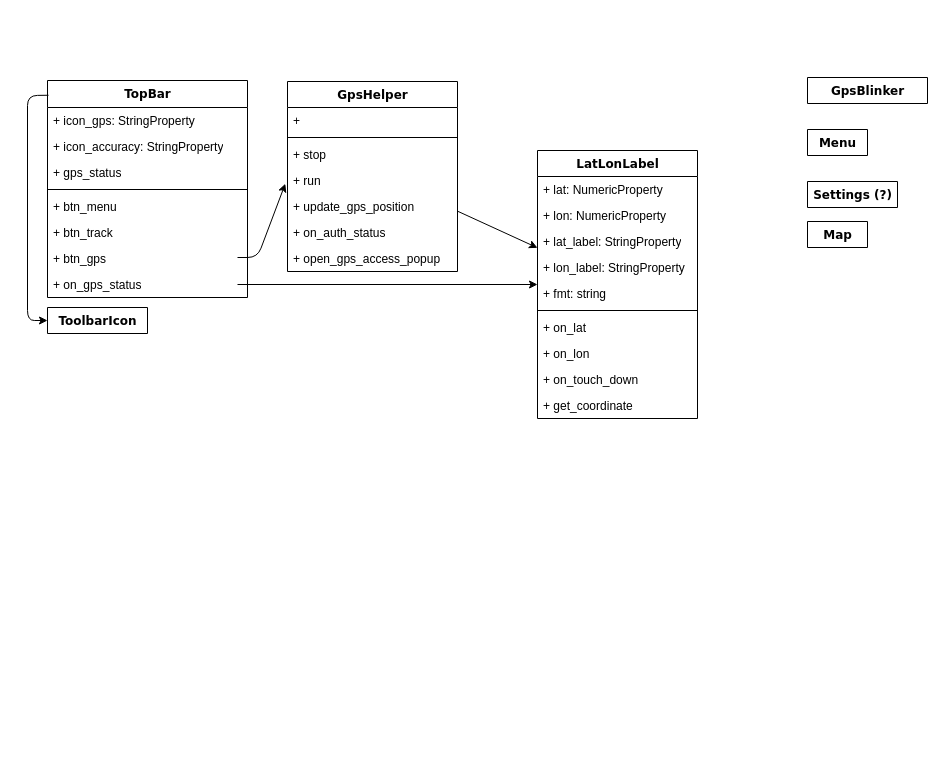
Above: page "code" (2 of 2) of resources/screen.drawio in osso73/gps_trackme (draw.io), before the change. Source tidied: cells renumbered, new cells numbered last; positions are measured from the earlier drawing's top-left corner, leaving out a move shared by most shapes. Both pictures are drawn from the tidied source at 100%, with x=0, y=0 at pixel (27, 77).
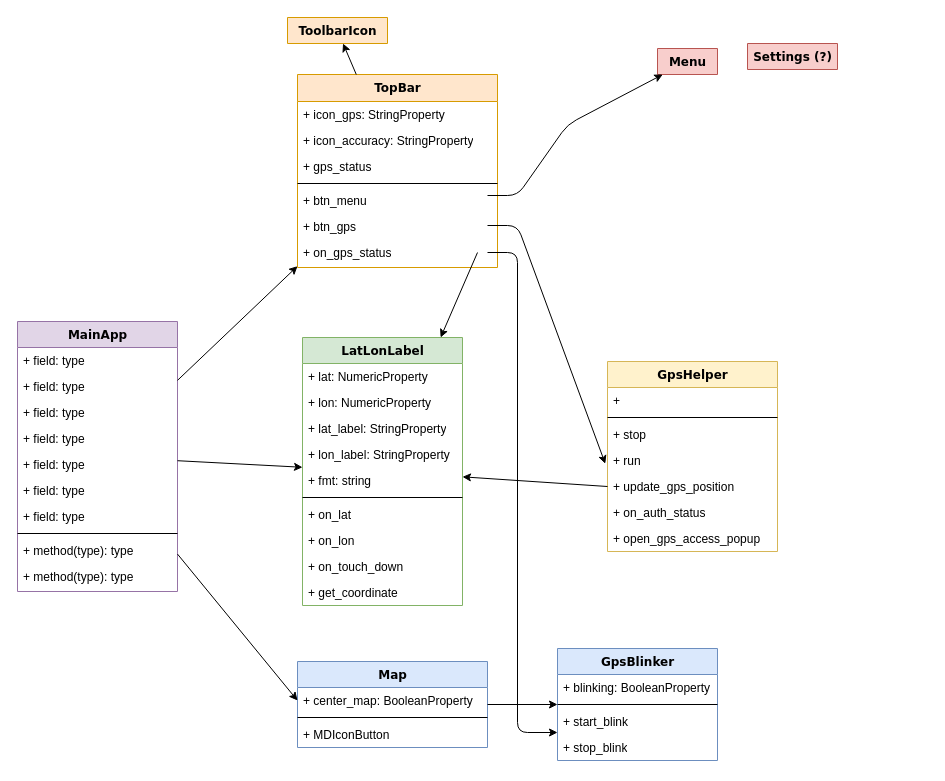
Above is the later version.

Unchanged cells that the change refers to:
```xml
<mxCell id="7" value="+ btn_menu" style="text;html=1;strokeColor=none;fillColor=none;align=left;verticalAlign=top;spacingLeft=4;spacingRight=4;whiteSpace=wrap;overflow=hidden;points=[[0,0.5],[1,0.5]];portConstraint=eastwest;" parent="2" vertex="1">
  <mxGeometry y="113" width="200" height="26" as="geometry" />
</mxCell>
<mxCell id="16" value="+ update_gps_position" style="text;html=1;strokeColor=none;fillColor=none;align=left;verticalAlign=top;spacingLeft=4;spacingRight=4;whiteSpace=wrap;overflow=hidden;points=[[0,0.5],[1,0.5]];portConstraint=eastwest;" parent="11" vertex="1">
  <mxGeometry y="112" width="170" height="26" as="geometry" />
</mxCell>
```

What changed in the source:
```diff
@@
-    <mxCell id="0" />
-    <mxCell id="1" parent="0" />
+    <mxCell id="39" />
+    <mxCell id="40" parent="39" />
-    <mxCell id="2" value="TopBar" style="swimlane;html=1;fontStyle=1;align=center;verticalAlign=top;horizontal=1;startSize=27;swimlaneFillColor=#ffffff;rounded=0;shadow=0;comic=0;labelBackgroundColor=none;strokeColor=#000000;strokeWidth=1;fillColor=none;fontFamily=Verdana;fontSize=12;fontColor=#000000;" parent="1" vertex="1">
-      <mxGeometry x="20" y="3" width="200" height="217" as="geometry" />
+    <mxCell id="2" value="TopBar" style="swimlane;html=1;fontStyle=1;align=center;verticalAlign=top;horizontal=1;startSize=27;swimlaneFillColor=#ffffff;rounded=0;shadow=0;comic=0;labelBackgroundColor=none;strokeColor=#d79b00;strokeWidth=1;fillColor=#ffe6cc;fontFamily=Verdana;fontSize=12;" parent="40" vertex="1">
+      <mxGeometry x="270" y="-3" width="200" height="193" as="geometry" />
     </mxCell>
@@
-    <mxCell id="8" value="+ btn_track" style="text;html=1;strokeColor=none;fillColor=none;align=left;verticalAlign=top;spacingLeft=4;spacingRight=4;whiteSpace=wrap;overflow=hidden;" parent="2" vertex="1">
-      <mxGeometry y="139" width="200" height="26" as="geometry" />
-    </mxCell>
     <mxCell id="9" value="+ btn_gps" style="text;html=1;strokeColor=none;fillColor=none;align=left;verticalAlign=top;spacingLeft=4;spacingRight=4;whiteSpace=wrap;overflow=hidden;points=[[0,0.5],[1,0.5]];portConstraint=eastwest;" parent="2" vertex="1">
-      <mxGeometry y="165" width="200" height="26" as="geometry" />
+      <mxGeometry y="139" width="200" height="26" as="geometry" />
     </mxCell>
     <mxCell id="10" value="+ on_gps_status" style="text;html=1;strokeColor=none;fillColor=none;align=left;verticalAlign=top;spacingLeft=4;spacingRight=4;whiteSpace=wrap;overflow=hidden;points=[[0,0.5],[1,0.5]];portConstraint=eastwest;" parent="2" vertex="1">
-      <mxGeometry y="191" width="200" height="26" as="geometry" />
+      <mxGeometry y="165" width="200" height="26" as="geometry" />
     </mxCell>
-    <mxCell id="11" value="GpsHelper" style="swimlane;html=1;fontStyle=1;align=center;verticalAlign=top;horizontal=1;startSize=26;swimlaneFillColor=#ffffff;rounded=0;shadow=0;comic=0;labelBackgroundColor=none;strokeColor=#000000;strokeWidth=1;fillColor=none;fontFamily=Verdana;fontSize=12;fontColor=#000000;" parent="1" vertex="1">
-      <mxGeometry x="260" y="4" width="170" height="190" as="geometry" />
+    <mxCell id="11" value="GpsHelper" style="swimlane;html=1;fontStyle=1;align=center;verticalAlign=top;horizontal=1;startSize=26;swimlaneFillColor=#ffffff;rounded=0;shadow=0;comic=0;labelBackgroundColor=none;strokeColor=#d6b656;strokeWidth=1;fillColor=#fff2cc;fontFamily=Verdana;fontSize=12;" parent="40" vertex="1">
+      <mxGeometry x="580" y="284" width="170" height="190" as="geometry" />
     </mxCell>
@@
-    <mxCell id="19" value="Menu" style="swimlane;html=1;fontStyle=1;align=center;verticalAlign=top;horizontal=1;startSize=26;swimlaneFillColor=#ffffff;rounded=0;shadow=0;comic=0;labelBackgroundColor=none;strokeColor=#000000;strokeWidth=1;fillColor=none;fontFamily=Verdana;fontSize=12;fontColor=#000000;" parent="1" vertex="1" collapsed="1">
-      <mxGeometry x="780" y="52" width="60" height="26" as="geometry" />
+    <mxCell id="19" value="Menu" style="swimlane;html=1;fontStyle=1;align=center;verticalAlign=top;horizontal=1;startSize=26;swimlaneFillColor=#ffffff;rounded=0;shadow=0;comic=0;labelBackgroundColor=none;strokeColor=#b85450;strokeWidth=1;fillColor=#f8cecc;fontFamily=Verdana;fontSize=12;" parent="40" vertex="1" collapsed="1">
+      <mxGeometry x="630" y="-29" width="60" height="26" as="geometry" />
     </mxCell>
-    <mxCell id="20" value="LatLonLabel" style="swimlane;html=1;fontStyle=1;align=center;verticalAlign=top;horizontal=1;startSize=26;swimlaneFillColor=#ffffff;rounded=0;shadow=0;comic=0;labelBackgroundColor=none;strokeColor=#000000;strokeWidth=1;fillColor=none;fontFamily=Verdana;fontSize=12;fontColor=#000000;" parent="1" vertex="1">
-      <mxGeometry x="510" y="73" width="160" height="268" as="geometry" />
+    <mxCell id="20" value="LatLonLabel" style="swimlane;html=1;fontStyle=1;align=center;verticalAlign=top;horizontal=1;startSize=26;swimlaneFillColor=#ffffff;rounded=0;shadow=0;comic=0;labelBackgroundColor=none;strokeColor=#82b366;strokeWidth=1;fillColor=#d5e8d4;fontFamily=Verdana;fontSize=12;" parent="40" vertex="1">
+      <mxGeometry x="275" y="260" width="160" height="268" as="geometry" />
     </mxCell>
@@
-    <mxCell id="31" value="Map" style="swimlane;html=1;fontStyle=1;align=center;verticalAlign=top;horizontal=1;startSize=26;swimlaneFillColor=#ffffff;rounded=0;shadow=0;comic=0;labelBackgroundColor=none;strokeColor=#000000;strokeWidth=1;fillColor=none;fontFamily=Verdana;fontSize=12;fontColor=#000000;" parent="1" vertex="1" collapsed="1">
-      <mxGeometry x="780" y="144" width="60" height="26" as="geometry" />
+    <mxCell id="31" value="Map" style="swimlane;html=1;fontStyle=1;align=center;verticalAlign=top;horizontal=1;startSize=26;swimlaneFillColor=#ffffff;rounded=0;shadow=0;comic=0;labelBackgroundColor=none;strokeColor=#6c8ebf;strokeWidth=1;fillColor=#dae8fc;fontFamily=Verdana;fontSize=12;" parent="40" vertex="1">
+      <mxGeometry x="270" y="584" width="190" height="86" as="geometry" />
     </mxCell>
+    <mxCell id="41" value="+ center_map: BooleanProperty" style="text;html=1;strokeColor=none;fillColor=none;align=left;verticalAlign=top;spacingLeft=4;spacingRight=4;whiteSpace=wrap;overflow=hidden;points=[[0,0.5],[1,0.5]];portConstraint=eastwest;" parent="31" vertex="1">
+      <mxGeometry y="26" width="190" height="26" as="geometry" />
+    </mxCell>
+    <mxCell id="42" style="line;html=1;strokeWidth=1;fillColor=none;align=left;verticalAlign=middle;spacingTop=-1;spacingLeft=3;spacingRight=3;labelPosition=right;" parent="31" vertex="1">
+      <mxGeometry y="52" width="190" height="8" as="geometry" />
+    </mxCell>
+    <mxCell id="43" value="+ MDIconButton" style="text;html=1;strokeColor=none;fillColor=none;align=left;verticalAlign=top;spacingLeft=4;spacingRight=4;whiteSpace=wrap;overflow=hidden;" parent="31" vertex="1">
+      <mxGeometry y="60" width="190" height="26" as="geometry" />
+    </mxCell>
-    <mxCell id="32" value="Settings (?)" style="swimlane;html=1;fontStyle=1;align=center;verticalAlign=top;horizontal=1;startSize=26;swimlaneFillColor=#ffffff;rounded=0;shadow=0;comic=0;labelBackgroundColor=none;strokeColor=#000000;strokeWidth=1;fillColor=none;fontFamily=Verdana;fontSize=12;fontColor=#000000;" parent="1" vertex="1" collapsed="1">
-      <mxGeometry x="780" y="104" width="90" height="26" as="geometry" />
+    <mxCell id="32" value="Settings (?)" style="swimlane;html=1;fontStyle=1;align=center;verticalAlign=top;horizontal=1;startSize=26;swimlaneFillColor=#ffffff;rounded=0;shadow=0;comic=0;labelBackgroundColor=none;strokeColor=#b85450;strokeWidth=1;fillColor=#f8cecc;fontFamily=Verdana;fontSize=12;" parent="40" vertex="1" collapsed="1">
+      <mxGeometry x="720" y="-34" width="90" height="26" as="geometry" />
     </mxCell>
-    <mxCell id="33" value="GpsBlinker" style="swimlane;html=1;fontStyle=1;align=center;verticalAlign=top;horizontal=1;startSize=26;swimlaneFillColor=#ffffff;rounded=0;shadow=0;comic=0;labelBackgroundColor=none;strokeColor=#000000;strokeWidth=1;fillColor=none;fontFamily=Verdana;fontSize=12;fontColor=#000000;" parent="1" vertex="1" collapsed="1">
-      <mxGeometry x="780" width="120" height="26" as="geometry" />
+    <mxCell id="33" value="GpsBlinker" style="swimlane;html=1;fontStyle=1;align=center;verticalAlign=top;horizontal=1;startSize=26;swimlaneFillColor=#ffffff;rounded=0;shadow=0;comic=0;labelBackgroundColor=none;strokeColor=#6c8ebf;strokeWidth=1;fillColor=#dae8fc;fontFamily=Verdana;fontSize=12;" parent="40" vertex="1">
+      <mxGeometry x="530" y="571" width="160" height="112" as="geometry" />
     </mxCell>
+    <mxCell id="44" value="+ blinking: BooleanProperty" style="text;html=1;strokeColor=none;fillColor=none;align=left;verticalAlign=top;spacingLeft=4;spacingRight=4;whiteSpace=wrap;overflow=hidden;" parent="33" vertex="1">
+      <mxGeometry y="26" width="160" height="26" as="geometry" />
+    </mxCell>
+    <mxCell id="45" style="line;html=1;strokeWidth=1;fillColor=none;align=left;verticalAlign=middle;spacingTop=-1;spacingLeft=3;spacingRight=3;labelPosition=right;" parent="33" vertex="1">
+      <mxGeometry y="52" width="160" height="8" as="geometry" />
+    </mxCell>
+    <mxCell id="46" value="+ start_blink" style="text;html=1;strokeColor=none;fillColor=none;align=left;verticalAlign=top;spacingLeft=4;spacingRight=4;whiteSpace=wrap;overflow=hidden;" parent="33" vertex="1">
+      <mxGeometry y="60" width="160" height="26" as="geometry" />
+    </mxCell>
+    <mxCell id="47" value="+ stop_blink" style="text;html=1;strokeColor=none;fillColor=none;align=left;verticalAlign=top;spacingLeft=4;spacingRight=4;whiteSpace=wrap;overflow=hidden;" parent="33" vertex="1">
+      <mxGeometry y="86" width="160" height="26" as="geometry" />
+    </mxCell>
-    <mxCell id="34" style="endArrow=classic;html=1;exitX=0.95;exitY=0.462;exitDx=0;exitDy=0;exitPerimeter=0;entryX=-0.013;entryY=0.538;entryDx=0;entryDy=0;entryPerimeter=0;" parent="1" edge="1" source="9" target="11">
+    <mxCell id="34" style="endArrow=classic;html=1;exitX=0.95;exitY=0.462;exitDx=0;exitDy=0;exitPerimeter=0;entryX=-0.013;entryY=0.538;entryDx=0;entryDy=0;entryPerimeter=0;" parent="40" edge="1" source="9" target="11">
       <mxGeometry relative="1" as="geometry">
         <Array as="points">
-          <mxPoint x="230" y="180" />
+          <mxPoint x="490" y="148" />
         </Array>
       </mxGeometry>
     </mxCell>
-    <mxCell id="35" value="ToolbarIcon" style="swimlane;html=1;fontStyle=1;align=center;verticalAlign=top;horizontal=1;startSize=26;swimlaneFillColor=#ffffff;rounded=0;shadow=0;comic=0;labelBackgroundColor=none;strokeColor=#000000;strokeWidth=1;fillColor=none;fontFamily=Verdana;fontSize=12;fontColor=#000000;" parent="1" vertex="1" collapsed="1">
-      <mxGeometry x="20" y="230" width="100" height="26" as="geometry" />
+    <mxCell id="35" value="ToolbarIcon" style="swimlane;html=1;fontStyle=1;align=center;verticalAlign=top;horizontal=1;startSize=26;swimlaneFillColor=#ffffff;rounded=0;shadow=0;comic=0;labelBackgroundColor=none;strokeColor=#d79b00;strokeWidth=1;fillColor=#ffe6cc;fontFamily=Verdana;fontSize=12;" parent="40" vertex="1" collapsed="1">
+      <mxGeometry x="260" y="-60" width="100" height="26" as="geometry" />
     </mxCell>
-    <mxCell id="36" style="endArrow=classic;html=1;entryX=0;entryY=0.5;entryDx=0;entryDy=0;exitX=0.005;exitY=0.068;exitDx=0;exitDy=0;exitPerimeter=0;" parent="1" edge="1" source="2" target="35">
-      <mxGeometry relative="1" as="geometry">
-        <Array as="points">
-          <mxPoint y="18" />
-          <mxPoint y="243" />
-        </Array>
-      </mxGeometry>
+    <mxCell id="36" style="endArrow=classic;html=1;" parent="40" edge="1" source="2" target="35">
+      <mxGeometry relative="1" as="geometry" />
     </mxCell>
-    <mxCell id="37" style="endArrow=classic;html=1;exitX=0.999;exitY=0.676;exitDx=0;exitDy=0;exitPerimeter=0;" parent="1" edge="1" source="16" target="20">
+    <mxCell id="37" style="endArrow=classic;html=1;exitX=0;exitY=0.5;exitDx=0;exitDy=0;" parent="40" edge="1" source="16" target="20">
       <mxGeometry relative="1" as="geometry" />
     </mxCell>
-    <mxCell id="38" style="endArrow=classic;html=1;exitX=0.95;exitY=0.5;exitDx=0;exitDy=0;exitPerimeter=0;" parent="1" edge="1" source="10" target="20">
+    <mxCell id="38" style="endArrow=classic;html=1;exitX=0.9;exitY=0.5;exitDx=0;exitDy=0;exitPerimeter=0;" parent="40" edge="1" source="10" target="20">
       <mxGeometry relative="1" as="geometry" />
     </mxCell>
+    <mxCell id="48" style="endArrow=classic;html=1;" parent="40" edge="1" source="31" target="33">
+      <mxGeometry relative="1" as="geometry" />
+    </mxCell>
+    <mxCell id="49" style="endArrow=classic;html=1;entryX=0;entryY=0.75;entryDx=0;entryDy=0;exitX=0.95;exitY=0.5;exitDx=0;exitDy=0;exitPerimeter=0;" parent="40" edge="1" source="10" target="33">
+      <mxGeometry relative="1" as="geometry">
+        <Array as="points">
+          <mxPoint x="490" y="175" />
+          <mxPoint x="490" y="655" />
+        </Array>
+      </mxGeometry>
+    </mxCell>
+    <mxCell id="50" style="endArrow=classic;html=1;exitX=0.95;exitY=0.308;exitDx=0;exitDy=0;exitPerimeter=0;" parent="40" edge="1" source="7" target="19">
+      <mxGeometry relative="1" as="geometry">
+        <Array as="points">
+          <mxPoint x="490" y="118" />
+          <mxPoint x="540" y="47" />
+        </Array>
+      </mxGeometry>
+    </mxCell>
+    <mxCell id="51" value="MainApp&lt;br&gt;" style="swimlane;html=1;fontStyle=1;align=center;verticalAlign=top;horizontal=1;startSize=26;swimlaneFillColor=#ffffff;rounded=0;shadow=0;comic=0;labelBackgroundColor=none;strokeColor=#9673a6;strokeWidth=1;fillColor=#e1d5e7;fontFamily=Verdana;fontSize=12;" parent="40" vertex="1">
+      <mxGeometry x="-10" y="244" width="160" height="270" as="geometry" />
+    </mxCell>
+    <mxCell id="52" value="+ field: type" style="text;html=1;strokeColor=none;fillColor=none;align=left;verticalAlign=top;spacingLeft=4;spacingRight=4;whiteSpace=wrap;overflow=hidden;" parent="51" vertex="1">
+      <mxGeometry y="26" width="160" height="26" as="geometry" />
+    </mxCell>
+    <mxCell id="53" value="+ field: type" style="text;html=1;strokeColor=none;fillColor=none;align=left;verticalAlign=top;spacingLeft=4;spacingRight=4;whiteSpace=wrap;overflow=hidden;" parent="51" vertex="1">
+      <mxGeometry y="52" width="160" height="26" as="geometry" />
+    </mxCell>
+    <mxCell id="54" value="+ field: type" style="text;html=1;strokeColor=none;fillColor=none;align=left;verticalAlign=top;spacingLeft=4;spacingRight=4;whiteSpace=wrap;overflow=hidden;" parent="51" vertex="1">
+      <mxGeometry y="78" width="160" height="26" as="geometry" />
+    </mxCell>
+    <mxCell id="55" value="+ field: type" style="text;html=1;strokeColor=none;fillColor=none;align=left;verticalAlign=top;spacingLeft=4;spacingRight=4;whiteSpace=wrap;overflow=hidden;" parent="51" vertex="1">
+      <mxGeometry y="104" width="160" height="26" as="geometry" />
+    </mxCell>
+    <mxCell id="56" value="+ field: type" style="text;html=1;strokeColor=none;fillColor=none;align=left;verticalAlign=top;spacingLeft=4;spacingRight=4;whiteSpace=wrap;overflow=hidden;" parent="51" vertex="1">
+      <mxGeometry y="130" width="160" height="26" as="geometry" />
+    </mxCell>
+    <mxCell id="57" value="+ field: type" style="text;html=1;strokeColor=none;fillColor=none;align=left;verticalAlign=top;spacingLeft=4;spacingRight=4;whiteSpace=wrap;overflow=hidden;" parent="51" vertex="1">
+      <mxGeometry y="156" width="160" height="26" as="geometry" />
+    </mxCell>
+    <mxCell id="58" value="+ field: type" style="text;html=1;strokeColor=none;fillColor=none;align=left;verticalAlign=top;spacingLeft=4;spacingRight=4;whiteSpace=wrap;overflow=hidden;" parent="51" vertex="1">
+      <mxGeometry y="182" width="160" height="26" as="geometry" />
+    </mxCell>
+    <mxCell id="59" style="line;html=1;strokeWidth=1;fillColor=none;align=left;verticalAlign=middle;spacingTop=-1;spacingLeft=3;spacingRight=3;labelPosition=right;" parent="51" vertex="1">
+      <mxGeometry y="208" width="160" height="8" as="geometry" />
+    </mxCell>
+    <mxCell id="60" value="+ method(type): type" style="text;html=1;strokeColor=none;fillColor=none;align=left;verticalAlign=top;spacingLeft=4;spacingRight=4;whiteSpace=wrap;overflow=hidden;" parent="51" vertex="1">
+      <mxGeometry y="216" width="160" height="26" as="geometry" />
+    </mxCell>
+    <mxCell id="61" value="+ method(type): type" style="text;html=1;strokeColor=none;fillColor=none;align=left;verticalAlign=top;spacingLeft=4;spacingRight=4;whiteSpace=wrap;overflow=hidden;" parent="51" vertex="1">
+      <mxGeometry y="242" width="160" height="26" as="geometry" />
+    </mxCell>
+    <mxCell id="62" style="endArrow=classic;html=1;" parent="40" edge="1" source="51" target="2">
+      <mxGeometry relative="1" as="geometry" />
+    </mxCell>
+    <mxCell id="63" style="endArrow=classic;html=1;" parent="40" edge="1" source="51" target="20">
+      <mxGeometry relative="1" as="geometry" />
+    </mxCell>
+    <mxCell id="64" style="endArrow=classic;html=1;entryX=0;entryY=0.5;entryDx=0;entryDy=0;" parent="40" edge="1" source="51" target="41">
+      <mxGeometry relative="1" as="geometry" />
+    </mxCell>
```
